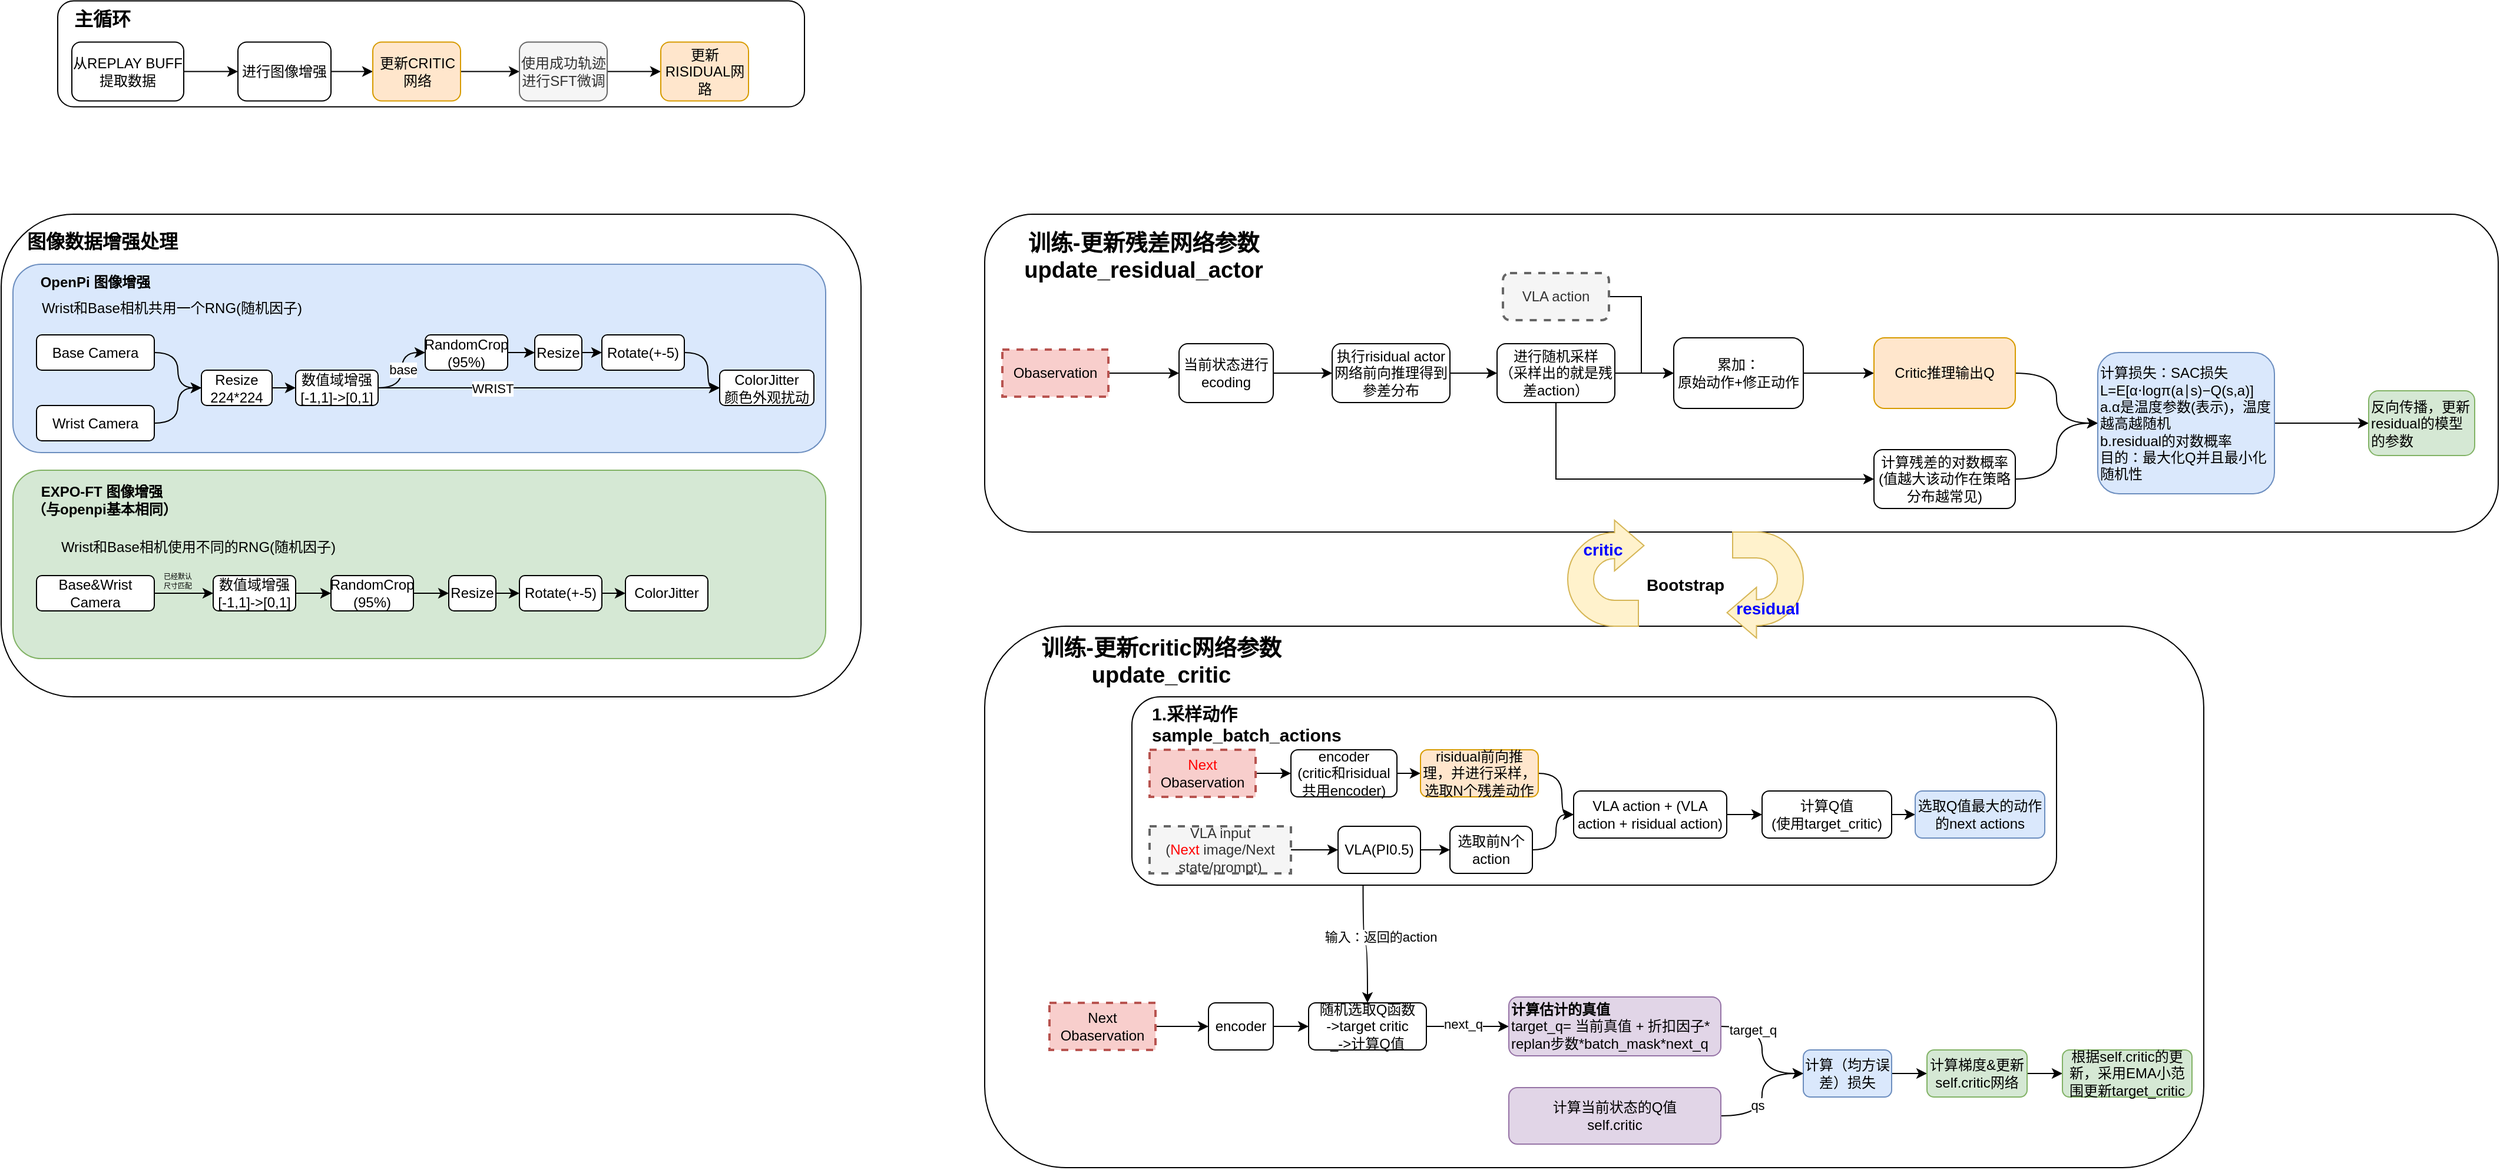
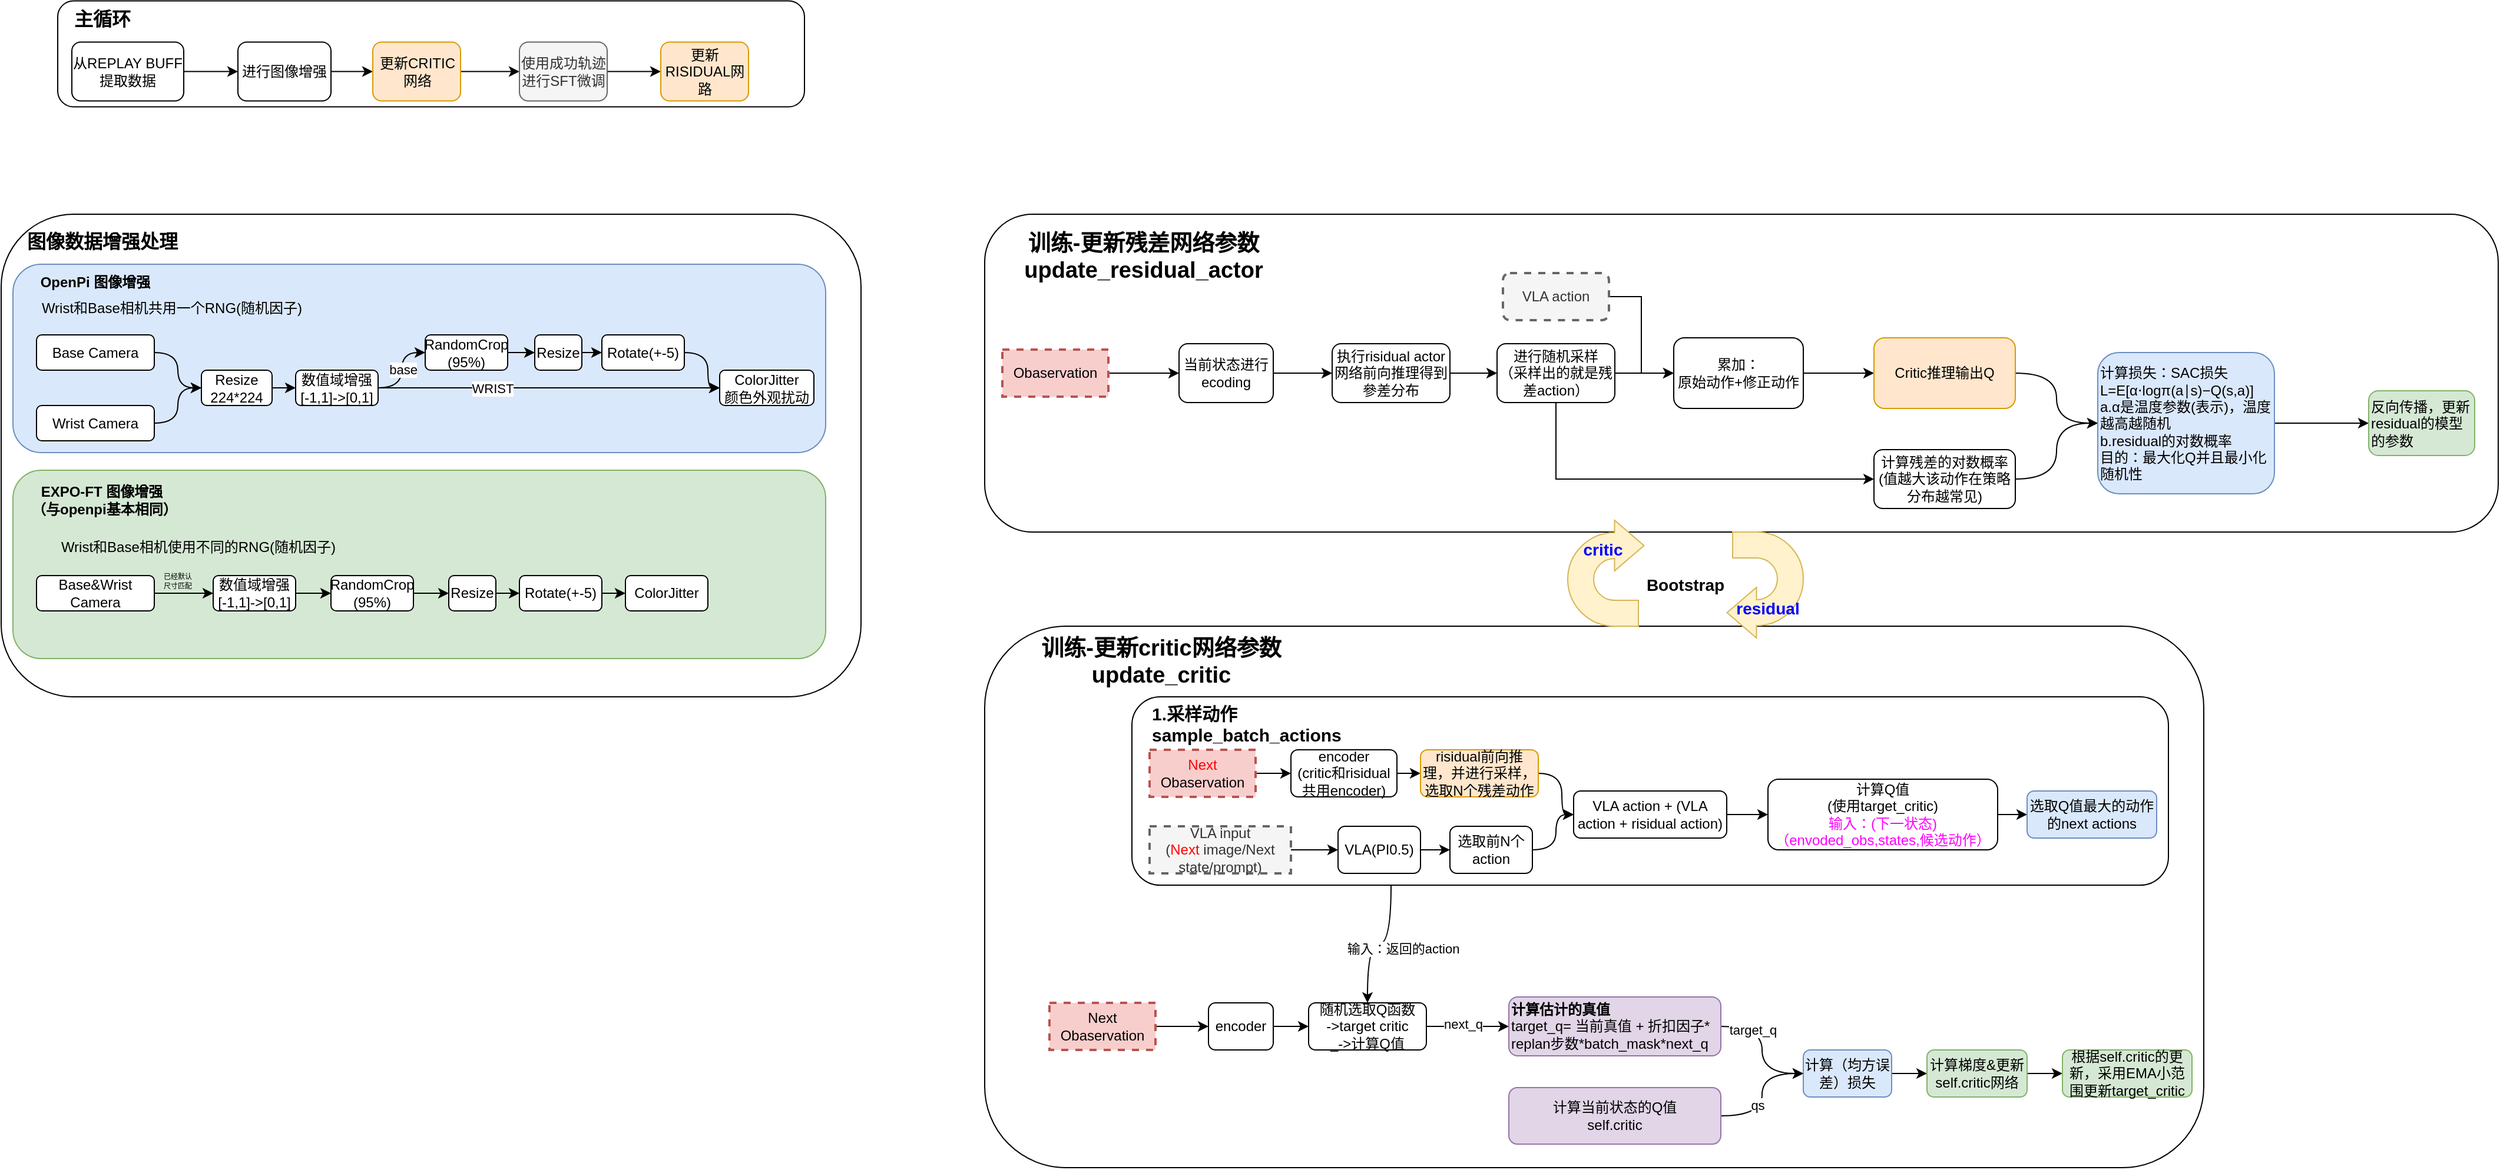
<mxfile host="app.diagrams.net">
  <diagram name="第 1 页" id="Xl2nalXjscSPXPMrPieM">
-     <mxGraphModel dx="2173" dy="1052" grid="1" gridSize="10" guides="1" tooltips="1" connect="1" arrows="1" fold="1" page="1" pageScale="1" pageWidth="827" pageHeight="1169" math="0" shadow="0">
+     <mxGraphModel dx="2328" dy="1052" grid="1" gridSize="10" guides="1" tooltips="1" connect="1" arrows="1" fold="1" page="1" pageScale="1" pageWidth="827" pageHeight="1169" math="0" shadow="0">
      <root>
        <mxCell id="0" />
        <mxCell id="1" parent="0" />
        <mxCell id="5m5IZYSdE89hOnIhnB_D-146" parent="1" style="rounded=1;whiteSpace=wrap;html=1;" value="" vertex="1">
          <mxGeometry height="90" width="634" x="-842" y="8.75" as="geometry" />
        </mxCell>
        <mxCell id="5m5IZYSdE89hOnIhnB_D-129" parent="1" style="rounded=1;whiteSpace=wrap;html=1;" value="" vertex="1">
          <mxGeometry height="410" width="730" x="-890" y="190" as="geometry" />
        </mxCell>
        <mxCell id="5m5IZYSdE89hOnIhnB_D-127" parent="1" style="rounded=1;whiteSpace=wrap;html=1;fillColor=#d5e8d4;strokeColor=#82b366;" value="" vertex="1">
          <mxGeometry height="160" width="690" x="-880" y="407.5" as="geometry" />
        </mxCell>
        <mxCell id="5m5IZYSdE89hOnIhnB_D-126" parent="1" style="rounded=1;whiteSpace=wrap;html=1;fillColor=#dae8fc;strokeColor=#6c8ebf;" value="" vertex="1">
          <mxGeometry height="160" width="690" x="-880" y="232.5" as="geometry" />
        </mxCell>
        <mxCell id="5m5IZYSdE89hOnIhnB_D-75" parent="1" style="rounded=1;whiteSpace=wrap;html=1;" value="" vertex="1">
          <mxGeometry height="460" width="1035" x="-55" y="540" as="geometry" />
        </mxCell>
        <mxCell id="5m5IZYSdE89hOnIhnB_D-59" edge="1" parent="1" source="5m5IZYSdE89hOnIhnB_D-50" style="edgeStyle=orthogonalEdgeStyle;curved=1;rounded=0;orthogonalLoop=1;jettySize=auto;html=1;exitX=0.25;exitY=1;exitDx=0;exitDy=0;entryX=0.5;entryY=0;entryDx=0;entryDy=0;" target="5m5IZYSdE89hOnIhnB_D-56">
          <mxGeometry relative="1" as="geometry" />
        </mxCell>
        <mxCell id="5m5IZYSdE89hOnIhnB_D-60" connectable="0" parent="5m5IZYSdE89hOnIhnB_D-59" style="edgeLabel;html=1;align=center;verticalAlign=middle;resizable=0;points=[];" value="输入：返回的action" vertex="1">
          <mxGeometry relative="1" x="-0.1644" y="4" as="geometry">
            <mxPoint x="10" as="offset" />
          </mxGeometry>
        </mxCell>
        <mxCell id="5m5IZYSdE89hOnIhnB_D-22" parent="1" style="rounded=1;whiteSpace=wrap;html=1;" value="" vertex="1">
          <mxGeometry height="270" width="1285" x="-55" y="190" as="geometry" />
        </mxCell>
        <mxCell id="5m5IZYSdE89hOnIhnB_D-3" edge="1" parent="1" source="5m5IZYSdE89hOnIhnB_D-1" style="edgeStyle=orthogonalEdgeStyle;rounded=0;orthogonalLoop=1;jettySize=auto;html=1;" target="5m5IZYSdE89hOnIhnB_D-2" value="">
          <mxGeometry relative="1" as="geometry" />
        </mxCell>
        <mxCell id="5m5IZYSdE89hOnIhnB_D-1" parent="1" style="rounded=1;whiteSpace=wrap;html=1;" value="当前状态进行ecoding" vertex="1">
          <mxGeometry height="50" width="80" x="110" y="300" as="geometry" />
        </mxCell>
        <mxCell id="5m5IZYSdE89hOnIhnB_D-5" edge="1" parent="1" source="5m5IZYSdE89hOnIhnB_D-2" style="edgeStyle=orthogonalEdgeStyle;rounded=0;orthogonalLoop=1;jettySize=auto;html=1;" target="5m5IZYSdE89hOnIhnB_D-4" value="">
          <mxGeometry relative="1" as="geometry" />
        </mxCell>
        <mxCell id="5m5IZYSdE89hOnIhnB_D-2" parent="1" style="rounded=1;whiteSpace=wrap;html=1;" value="执行risidual actor网络前向推理得到參差分布" vertex="1">
          <mxGeometry height="50" width="100" x="240" y="300" as="geometry" />
        </mxCell>
        <mxCell id="5m5IZYSdE89hOnIhnB_D-7" edge="1" parent="1" source="5m5IZYSdE89hOnIhnB_D-4" style="edgeStyle=orthogonalEdgeStyle;rounded=0;orthogonalLoop=1;jettySize=auto;html=1;exitX=0.5;exitY=1;exitDx=0;exitDy=0;entryX=0;entryY=0.5;entryDx=0;entryDy=0;" target="5m5IZYSdE89hOnIhnB_D-6" value="">
          <mxGeometry relative="1" as="geometry" />
        </mxCell>
        <mxCell id="5m5IZYSdE89hOnIhnB_D-14" edge="1" parent="1" source="5m5IZYSdE89hOnIhnB_D-4" style="edgeStyle=orthogonalEdgeStyle;rounded=0;orthogonalLoop=1;jettySize=auto;html=1;exitX=1;exitY=0.5;exitDx=0;exitDy=0;entryX=0;entryY=0.5;entryDx=0;entryDy=0;" target="5m5IZYSdE89hOnIhnB_D-12">
          <mxGeometry relative="1" as="geometry" />
        </mxCell>
        <mxCell id="5m5IZYSdE89hOnIhnB_D-4" parent="1" style="rounded=1;whiteSpace=wrap;html=1;" value="进行随机采样&lt;br&gt;（采样出的就是残差action）" vertex="1">
          <mxGeometry height="50" width="100" x="380" y="300" as="geometry" />
        </mxCell>
        <mxCell id="5m5IZYSdE89hOnIhnB_D-19" edge="1" parent="1" source="5m5IZYSdE89hOnIhnB_D-6" style="edgeStyle=orthogonalEdgeStyle;rounded=0;orthogonalLoop=1;jettySize=auto;html=1;exitX=1;exitY=0.5;exitDx=0;exitDy=0;entryX=0;entryY=0.5;entryDx=0;entryDy=0;curved=1;" target="5m5IZYSdE89hOnIhnB_D-17">
          <mxGeometry relative="1" as="geometry" />
        </mxCell>
        <mxCell id="5m5IZYSdE89hOnIhnB_D-6" parent="1" style="rounded=1;whiteSpace=wrap;html=1;" value="计算残差的对数概率&lt;br&gt;(值越大该动作在策略分布越常见)" vertex="1">
          <mxGeometry height="50" width="120" x="700" y="390" as="geometry" />
        </mxCell>
        <mxCell id="5m5IZYSdE89hOnIhnB_D-9" edge="1" parent="1" source="5m5IZYSdE89hOnIhnB_D-8" style="edgeStyle=orthogonalEdgeStyle;rounded=0;orthogonalLoop=1;jettySize=auto;html=1;exitX=1;exitY=0.5;exitDx=0;exitDy=0;entryX=0;entryY=0.5;entryDx=0;entryDy=0;" target="5m5IZYSdE89hOnIhnB_D-1">
          <mxGeometry relative="1" as="geometry" />
        </mxCell>
        <mxCell id="5m5IZYSdE89hOnIhnB_D-8" parent="1" style="rounded=0;whiteSpace=wrap;html=1;fillColor=#f8cecc;strokeColor=#b85450;dashed=1;strokeWidth=2;" value="Obaservation" vertex="1">
          <mxGeometry height="40" width="90" x="-40" y="305" as="geometry" />
        </mxCell>
        <mxCell id="5m5IZYSdE89hOnIhnB_D-13" edge="1" parent="1" source="5m5IZYSdE89hOnIhnB_D-10" style="edgeStyle=orthogonalEdgeStyle;rounded=0;orthogonalLoop=1;jettySize=auto;html=1;exitX=1;exitY=0.5;exitDx=0;exitDy=0;entryX=0;entryY=0.5;entryDx=0;entryDy=0;" target="5m5IZYSdE89hOnIhnB_D-12">
          <mxGeometry relative="1" as="geometry" />
        </mxCell>
        <mxCell id="5m5IZYSdE89hOnIhnB_D-10" parent="1" style="rounded=1;whiteSpace=wrap;html=1;fillColor=#f5f5f5;fontColor=#333333;strokeColor=#666666;dashed=1;strokeWidth=2;" value="VLA action" vertex="1">
          <mxGeometry height="40" width="90" x="385" y="240" as="geometry" />
        </mxCell>
        <mxCell id="5m5IZYSdE89hOnIhnB_D-16" edge="1" parent="1" source="5m5IZYSdE89hOnIhnB_D-12" style="edgeStyle=orthogonalEdgeStyle;rounded=0;orthogonalLoop=1;jettySize=auto;html=1;exitX=1;exitY=0.5;exitDx=0;exitDy=0;entryX=0;entryY=0.5;entryDx=0;entryDy=0;" target="5m5IZYSdE89hOnIhnB_D-15">
          <mxGeometry relative="1" as="geometry" />
        </mxCell>
        <mxCell id="5m5IZYSdE89hOnIhnB_D-12" parent="1" style="rounded=1;whiteSpace=wrap;html=1;" value="累加：&lt;br&gt;原始动作+修正动作" vertex="1">
          <mxGeometry height="60" width="110" x="530" y="295" as="geometry" />
        </mxCell>
        <mxCell id="5m5IZYSdE89hOnIhnB_D-18" edge="1" parent="1" source="5m5IZYSdE89hOnIhnB_D-15" style="edgeStyle=orthogonalEdgeStyle;rounded=0;orthogonalLoop=1;jettySize=auto;html=1;exitX=1;exitY=0.5;exitDx=0;exitDy=0;entryX=0;entryY=0.5;entryDx=0;entryDy=0;curved=1;" target="5m5IZYSdE89hOnIhnB_D-17">
          <mxGeometry relative="1" as="geometry" />
        </mxCell>
        <mxCell id="5m5IZYSdE89hOnIhnB_D-15" parent="1" style="rounded=1;whiteSpace=wrap;html=1;fillColor=#ffe6cc;strokeColor=#d79b00;" value="Critic推理输出Q" vertex="1">
          <mxGeometry height="60" width="120" x="700" y="295" as="geometry" />
        </mxCell>
        <mxCell id="5m5IZYSdE89hOnIhnB_D-21" edge="1" parent="1" source="5m5IZYSdE89hOnIhnB_D-17" style="edgeStyle=orthogonalEdgeStyle;curved=1;rounded=0;orthogonalLoop=1;jettySize=auto;html=1;" target="5m5IZYSdE89hOnIhnB_D-20" value="">
          <mxGeometry relative="1" as="geometry" />
        </mxCell>
        <mxCell id="5m5IZYSdE89hOnIhnB_D-17" parent="1" style="rounded=1;whiteSpace=wrap;html=1;align=left;fillColor=#dae8fc;strokeColor=#6c8ebf;" value="计算损失：SAC损失&lt;br&gt;L=E[α⋅logπ(a∣s)−Q(s,a)]&lt;div&gt;a.α是温度参数(表示)，温度越高越随机&lt;br&gt;b.residual的对数概率&lt;br&gt;目的：最大化Q并且最小化随机性&lt;/div&gt;" vertex="1">
          <mxGeometry height="120" width="150" x="890" y="307.5" as="geometry" />
        </mxCell>
        <mxCell id="5m5IZYSdE89hOnIhnB_D-20" parent="1" style="rounded=1;whiteSpace=wrap;html=1;align=left;fillColor=#d5e8d4;strokeColor=#82b366;" value="反向传播，更新residual的模型的参数" vertex="1">
          <mxGeometry height="55" width="90" x="1120" y="340" as="geometry" />
        </mxCell>
        <mxCell id="5m5IZYSdE89hOnIhnB_D-23" parent="1" style="text;html=1;whiteSpace=wrap;strokeColor=none;fillColor=none;align=center;verticalAlign=middle;rounded=0;fontStyle=1;fontSize=19;" value="&lt;br&gt;训练-更新残差网络参数update_residual_actor" vertex="1">
          <mxGeometry height="30" width="220" x="-30" y="200" as="geometry" />
        </mxCell>
        <mxCell id="5m5IZYSdE89hOnIhnB_D-55" edge="1" parent="1" source="5m5IZYSdE89hOnIhnB_D-53" style="edgeStyle=orthogonalEdgeStyle;curved=1;rounded=0;orthogonalLoop=1;jettySize=auto;html=1;exitX=1;exitY=0.5;exitDx=0;exitDy=0;entryX=0;entryY=0.5;entryDx=0;entryDy=0;" target="5m5IZYSdE89hOnIhnB_D-54">
          <mxGeometry relative="1" as="geometry" />
        </mxCell>
        <mxCell id="5m5IZYSdE89hOnIhnB_D-53" parent="1" style="rounded=0;whiteSpace=wrap;html=1;fillColor=#f8cecc;strokeColor=#b85450;dashed=1;strokeWidth=2;" value="Next&lt;br&gt;Obaservation" vertex="1">
          <mxGeometry height="40" width="90" y="860" as="geometry" />
        </mxCell>
        <mxCell id="5m5IZYSdE89hOnIhnB_D-57" edge="1" parent="1" source="5m5IZYSdE89hOnIhnB_D-54" style="edgeStyle=orthogonalEdgeStyle;curved=1;rounded=0;orthogonalLoop=1;jettySize=auto;html=1;" target="5m5IZYSdE89hOnIhnB_D-56" value="">
          <mxGeometry relative="1" as="geometry" />
        </mxCell>
        <mxCell id="5m5IZYSdE89hOnIhnB_D-54" parent="1" style="rounded=1;whiteSpace=wrap;html=1;strokeWidth=1;" value="encoder" vertex="1">
          <mxGeometry height="40" width="55" x="135" y="860" as="geometry" />
        </mxCell>
        <mxCell id="5m5IZYSdE89hOnIhnB_D-64" edge="1" parent="1" source="5m5IZYSdE89hOnIhnB_D-56" style="edgeStyle=orthogonalEdgeStyle;curved=1;rounded=0;orthogonalLoop=1;jettySize=auto;html=1;" target="5m5IZYSdE89hOnIhnB_D-63" value="">
          <mxGeometry relative="1" as="geometry" />
        </mxCell>
        <mxCell id="5m5IZYSdE89hOnIhnB_D-65" connectable="0" parent="5m5IZYSdE89hOnIhnB_D-64" style="edgeLabel;html=1;align=center;verticalAlign=middle;resizable=0;points=[];" value="next_q" vertex="1">
          <mxGeometry relative="1" x="-0.1202" y="2" as="geometry">
            <mxPoint as="offset" />
          </mxGeometry>
        </mxCell>
        <mxCell id="5m5IZYSdE89hOnIhnB_D-56" parent="1" style="rounded=1;whiteSpace=wrap;html=1;strokeWidth=1;" value="随机选取Q函数&lt;br&gt;-&amp;gt;target critic&lt;div&gt;_-&amp;gt;计算Q值&lt;/div&gt;" vertex="1">
          <mxGeometry height="40" width="100" x="220" y="860" as="geometry" />
        </mxCell>
        <mxCell id="5m5IZYSdE89hOnIhnB_D-67" edge="1" parent="1" source="5m5IZYSdE89hOnIhnB_D-63" style="edgeStyle=orthogonalEdgeStyle;curved=1;rounded=0;orthogonalLoop=1;jettySize=auto;html=1;" target="5m5IZYSdE89hOnIhnB_D-66" value="">
          <mxGeometry relative="1" as="geometry" />
        </mxCell>
        <mxCell id="5m5IZYSdE89hOnIhnB_D-70" connectable="0" parent="5m5IZYSdE89hOnIhnB_D-67" style="edgeLabel;html=1;align=center;verticalAlign=middle;resizable=0;points=[];" value="target_q" vertex="1">
          <mxGeometry relative="1" x="-0.5152" y="-3" as="geometry">
            <mxPoint as="offset" />
          </mxGeometry>
        </mxCell>
        <mxCell id="5m5IZYSdE89hOnIhnB_D-63" parent="1" style="rounded=1;whiteSpace=wrap;html=1;strokeWidth=1;align=left;fillColor=#e1d5e7;strokeColor=#9673a6;" value="&lt;b&gt;计算估计的真值&lt;/b&gt;&lt;br&gt;target_q= 当前真值 + 折扣因子* replan步数*batch_mask*next_q" vertex="1">
          <mxGeometry height="50" width="180" x="390" y="855" as="geometry" />
        </mxCell>
        <mxCell id="5m5IZYSdE89hOnIhnB_D-74" edge="1" parent="1" source="5m5IZYSdE89hOnIhnB_D-66" style="edgeStyle=orthogonalEdgeStyle;curved=1;rounded=0;orthogonalLoop=1;jettySize=auto;html=1;" target="5m5IZYSdE89hOnIhnB_D-73" value="">
          <mxGeometry relative="1" as="geometry" />
        </mxCell>
        <mxCell id="5m5IZYSdE89hOnIhnB_D-66" parent="1" style="whiteSpace=wrap;html=1;align=center;rounded=1;strokeWidth=1;fillColor=#dae8fc;strokeColor=#6c8ebf;" value="计算（均方误差）损失" vertex="1">
          <mxGeometry height="40" width="75" x="640" y="900" as="geometry" />
        </mxCell>
        <mxCell id="5m5IZYSdE89hOnIhnB_D-69" edge="1" parent="1" source="5m5IZYSdE89hOnIhnB_D-68" style="edgeStyle=orthogonalEdgeStyle;curved=1;rounded=0;orthogonalLoop=1;jettySize=auto;html=1;exitX=1;exitY=0.5;exitDx=0;exitDy=0;entryX=0;entryY=0.5;entryDx=0;entryDy=0;" target="5m5IZYSdE89hOnIhnB_D-66">
          <mxGeometry relative="1" as="geometry" />
        </mxCell>
        <mxCell id="5m5IZYSdE89hOnIhnB_D-72" connectable="0" parent="5m5IZYSdE89hOnIhnB_D-69" style="edgeLabel;html=1;align=center;verticalAlign=middle;resizable=0;points=[];" value="qs" vertex="1">
          <mxGeometry relative="1" x="-0.1592" y="4" as="geometry">
            <mxPoint as="offset" />
          </mxGeometry>
        </mxCell>
        <mxCell id="5m5IZYSdE89hOnIhnB_D-68" parent="1" style="rounded=1;whiteSpace=wrap;html=1;strokeWidth=1;fillColor=#e1d5e7;strokeColor=#9673a6;" value="计算当前状态的Q值&lt;br&gt;self.critic" vertex="1">
          <mxGeometry height="48" width="180" x="390" y="932" as="geometry" />
        </mxCell>
        <mxCell id="5m5IZYSdE89hOnIhnB_D-78" edge="1" parent="1" source="5m5IZYSdE89hOnIhnB_D-73" style="edgeStyle=orthogonalEdgeStyle;curved=1;rounded=0;orthogonalLoop=1;jettySize=auto;html=1;" target="5m5IZYSdE89hOnIhnB_D-77" value="">
          <mxGeometry relative="1" as="geometry" />
        </mxCell>
        <mxCell id="5m5IZYSdE89hOnIhnB_D-73" parent="1" style="whiteSpace=wrap;html=1;align=center;rounded=1;strokeWidth=1;fillColor=#d5e8d4;strokeColor=#82b366;" value="计算梯度&amp;amp;更新self.critic网络" vertex="1">
          <mxGeometry height="40" width="85" x="745" y="900" as="geometry" />
        </mxCell>
        <mxCell id="5m5IZYSdE89hOnIhnB_D-76" parent="1" style="text;html=1;whiteSpace=wrap;strokeColor=none;fillColor=none;align=center;verticalAlign=middle;rounded=0;fontStyle=1;fontSize=19;" value="训练-更新critic网络参数&lt;br&gt;update_critic" vertex="1">
          <mxGeometry height="40" width="220" x="-15" y="550" as="geometry" />
        </mxCell>
        <mxCell id="5m5IZYSdE89hOnIhnB_D-77" parent="1" style="whiteSpace=wrap;html=1;align=center;rounded=1;strokeWidth=1;fillColor=#d5e8d4;strokeColor=#82b366;" value="根据self.critic的更新，采用EMA小范围更新target_critic" vertex="1">
          <mxGeometry height="40" width="110" x="860" y="900" as="geometry" />
        </mxCell>
        <mxCell id="5m5IZYSdE89hOnIhnB_D-79" connectable="0" parent="1" style="group" value="" vertex="1">
-           <mxGeometry height="160" width="785" x="70" y="600" as="geometry" />
+           <mxGeometry height="160" width="880" x="70" y="600" as="geometry" />
        </mxCell>
        <mxCell id="5m5IZYSdE89hOnIhnB_D-50" parent="5m5IZYSdE89hOnIhnB_D-79" style="rounded=1;whiteSpace=wrap;html=1;" value="" vertex="1">
-           <mxGeometry height="160" width="785" as="geometry" />
+           <mxGeometry height="160" width="880" as="geometry" />
        </mxCell>
        <mxCell id="5m5IZYSdE89hOnIhnB_D-39" edge="1" parent="5m5IZYSdE89hOnIhnB_D-79" source="5m5IZYSdE89hOnIhnB_D-32" style="edgeStyle=orthogonalEdgeStyle;curved=1;rounded=0;orthogonalLoop=1;jettySize=auto;html=1;exitX=1;exitY=0.5;exitDx=0;exitDy=0;entryX=0;entryY=0.5;entryDx=0;entryDy=0;" target="5m5IZYSdE89hOnIhnB_D-38">
          <mxGeometry relative="1" as="geometry" />
        </mxCell>
        <mxCell id="5m5IZYSdE89hOnIhnB_D-32" parent="5m5IZYSdE89hOnIhnB_D-79" style="rounded=0;whiteSpace=wrap;html=1;fillColor=#f8cecc;strokeColor=#b85450;dashed=1;strokeWidth=2;" value="&lt;span style=&quot;color: rgb(255, 0, 0);&quot;&gt;Next&lt;/span&gt;&lt;br&gt;Obaservation" vertex="1">
          <mxGeometry height="40" width="90" x="15" y="45" as="geometry" />
        </mxCell>
        <mxCell id="5m5IZYSdE89hOnIhnB_D-35" edge="1" parent="5m5IZYSdE89hOnIhnB_D-79" source="5m5IZYSdE89hOnIhnB_D-33" style="edgeStyle=orthogonalEdgeStyle;curved=1;rounded=0;orthogonalLoop=1;jettySize=auto;html=1;" target="5m5IZYSdE89hOnIhnB_D-34" value="">
          <mxGeometry relative="1" as="geometry" />
        </mxCell>
        <mxCell id="5m5IZYSdE89hOnIhnB_D-33" parent="5m5IZYSdE89hOnIhnB_D-79" style="rounded=0;whiteSpace=wrap;html=1;fillColor=#f5f5f5;fontColor=#333333;strokeColor=#666666;dashed=1;strokeWidth=2;" value="VLA input&lt;br&gt;(&lt;span style=&quot;color: rgb(255, 0, 0);&quot;&gt;Next&lt;/span&gt; image/Next state/prompt)" vertex="1">
          <mxGeometry height="40" width="120" x="15" y="110" as="geometry" />
        </mxCell>
        <mxCell id="5m5IZYSdE89hOnIhnB_D-37" edge="1" parent="5m5IZYSdE89hOnIhnB_D-79" source="5m5IZYSdE89hOnIhnB_D-34" style="edgeStyle=orthogonalEdgeStyle;curved=1;rounded=0;orthogonalLoop=1;jettySize=auto;html=1;" target="5m5IZYSdE89hOnIhnB_D-36" value="">
          <mxGeometry relative="1" as="geometry" />
        </mxCell>
        <mxCell id="5m5IZYSdE89hOnIhnB_D-34" parent="5m5IZYSdE89hOnIhnB_D-79" style="rounded=1;whiteSpace=wrap;html=1;strokeWidth=1;" value="VLA(PI0.5)" vertex="1">
          <mxGeometry height="40" width="70" x="175" y="110" as="geometry" />
        </mxCell>
        <mxCell id="5m5IZYSdE89hOnIhnB_D-44" edge="1" parent="5m5IZYSdE89hOnIhnB_D-79" source="5m5IZYSdE89hOnIhnB_D-36" style="edgeStyle=orthogonalEdgeStyle;curved=1;rounded=0;orthogonalLoop=1;jettySize=auto;html=1;exitX=1;exitY=0.5;exitDx=0;exitDy=0;entryX=0;entryY=0.5;entryDx=0;entryDy=0;" target="5m5IZYSdE89hOnIhnB_D-43">
          <mxGeometry relative="1" as="geometry" />
        </mxCell>
        <mxCell id="5m5IZYSdE89hOnIhnB_D-36" parent="5m5IZYSdE89hOnIhnB_D-79" style="rounded=1;whiteSpace=wrap;html=1;strokeWidth=1;" value="选取前N个action" vertex="1">
          <mxGeometry height="40" width="70" x="270" y="110" as="geometry" />
        </mxCell>
        <mxCell id="5m5IZYSdE89hOnIhnB_D-41" edge="1" parent="5m5IZYSdE89hOnIhnB_D-79" source="5m5IZYSdE89hOnIhnB_D-38" style="edgeStyle=orthogonalEdgeStyle;curved=1;rounded=0;orthogonalLoop=1;jettySize=auto;html=1;" target="5m5IZYSdE89hOnIhnB_D-40" value="">
          <mxGeometry relative="1" as="geometry" />
        </mxCell>
        <mxCell id="5m5IZYSdE89hOnIhnB_D-38" parent="5m5IZYSdE89hOnIhnB_D-79" style="rounded=1;whiteSpace=wrap;html=1;strokeWidth=1;" value="encoder&lt;div&gt;(critic和risidual共用encoder)&lt;/div&gt;" vertex="1">
          <mxGeometry height="40" width="90" x="135" y="45" as="geometry" />
        </mxCell>
        <mxCell id="5m5IZYSdE89hOnIhnB_D-45" edge="1" parent="5m5IZYSdE89hOnIhnB_D-79" source="5m5IZYSdE89hOnIhnB_D-40" style="edgeStyle=orthogonalEdgeStyle;curved=1;rounded=0;orthogonalLoop=1;jettySize=auto;html=1;exitX=1;exitY=0.5;exitDx=0;exitDy=0;entryX=0;entryY=0.5;entryDx=0;entryDy=0;" target="5m5IZYSdE89hOnIhnB_D-43">
          <mxGeometry relative="1" as="geometry" />
        </mxCell>
        <mxCell id="5m5IZYSdE89hOnIhnB_D-40" parent="5m5IZYSdE89hOnIhnB_D-79" style="rounded=1;whiteSpace=wrap;html=1;strokeWidth=1;fillColor=#ffe6cc;strokeColor=#d79b00;" value="risidual前向推理，并进行采样，选取N个残差动作" vertex="1">
          <mxGeometry height="40" width="100" x="245" y="45" as="geometry" />
        </mxCell>
        <mxCell id="5m5IZYSdE89hOnIhnB_D-47" edge="1" parent="5m5IZYSdE89hOnIhnB_D-79" source="5m5IZYSdE89hOnIhnB_D-43" style="edgeStyle=orthogonalEdgeStyle;curved=1;rounded=0;orthogonalLoop=1;jettySize=auto;html=1;exitX=1;exitY=0.5;exitDx=0;exitDy=0;entryX=0;entryY=0.5;entryDx=0;entryDy=0;" target="5m5IZYSdE89hOnIhnB_D-46">
          <mxGeometry relative="1" as="geometry" />
        </mxCell>
        <mxCell id="5m5IZYSdE89hOnIhnB_D-43" parent="5m5IZYSdE89hOnIhnB_D-79" style="rounded=1;whiteSpace=wrap;html=1;strokeWidth=1;" value="VLA action + (VLA action + risidual action)" vertex="1">
          <mxGeometry height="40" width="130" x="375" y="80" as="geometry" />
        </mxCell>
        <mxCell id="5m5IZYSdE89hOnIhnB_D-49" edge="1" parent="5m5IZYSdE89hOnIhnB_D-79" source="5m5IZYSdE89hOnIhnB_D-46" style="edgeStyle=orthogonalEdgeStyle;curved=1;rounded=0;orthogonalLoop=1;jettySize=auto;html=1;" target="5m5IZYSdE89hOnIhnB_D-48" value="">
          <mxGeometry relative="1" as="geometry" />
        </mxCell>
-         <mxCell id="5m5IZYSdE89hOnIhnB_D-46" parent="5m5IZYSdE89hOnIhnB_D-79" style="rounded=1;whiteSpace=wrap;html=1;strokeWidth=1;" value="计算Q值&lt;br&gt;(使用target_critic)" vertex="1">
-           <mxGeometry height="40" width="110" x="535" y="80" as="geometry" />
+         <mxCell id="5m5IZYSdE89hOnIhnB_D-46" parent="5m5IZYSdE89hOnIhnB_D-79" style="rounded=1;whiteSpace=wrap;html=1;strokeWidth=1;" value="计算Q值&lt;br&gt;(使用target_critic)&lt;br&gt;&lt;span style=&quot;color: rgb(255, 0, 255);&quot;&gt;输入：(下一状态)&lt;br&gt;（envoded_obs,states,候选动作）&lt;/span&gt;" vertex="1">
+           <mxGeometry height="60" width="195" x="540" y="70" as="geometry" />
        </mxCell>
        <mxCell id="5m5IZYSdE89hOnIhnB_D-48" parent="5m5IZYSdE89hOnIhnB_D-79" style="rounded=1;whiteSpace=wrap;html=1;strokeWidth=1;fillColor=#dae8fc;strokeColor=#6c8ebf;" value="选取Q值最大的动作&lt;br&gt;的next actions" vertex="1">
-           <mxGeometry height="40" width="110" x="665" y="80" as="geometry" />
+           <mxGeometry height="40" width="110" x="760" y="80" as="geometry" />
        </mxCell>
        <mxCell id="5m5IZYSdE89hOnIhnB_D-51" parent="5m5IZYSdE89hOnIhnB_D-79" style="text;html=1;whiteSpace=wrap;strokeColor=none;fillColor=none;align=left;verticalAlign=middle;rounded=0;fontStyle=1;fontSize=15;" value="1.采样动作&lt;br&gt;sample_batch_actions" vertex="1">
          <mxGeometry height="30" width="220" x="15" y="8" as="geometry" />
        </mxCell>
        <mxCell id="5m5IZYSdE89hOnIhnB_D-82" parent="1" style="html=1;shadow=0;dashed=0;align=center;verticalAlign=middle;shape=mxgraph.arrows2.uTurnArrow;dy=11;arrowHead=43;dx2=25;fillColor=#fff2cc;strokeColor=#d6b656;" value="" vertex="1">
          <mxGeometry height="90" width="60" x="440" y="450" as="geometry" />
        </mxCell>
        <mxCell id="5m5IZYSdE89hOnIhnB_D-83" parent="1" style="html=1;shadow=0;dashed=0;align=center;verticalAlign=middle;shape=mxgraph.arrows2.uTurnArrow;dy=11;arrowHead=43;dx2=25;rotation=-180;fillColor=#fff2cc;strokeColor=#d6b656;" value="&amp;nbsp; " vertex="1">
          <mxGeometry height="90" width="60" x="580" y="460" as="geometry" />
        </mxCell>
        <mxCell id="5m5IZYSdE89hOnIhnB_D-84" parent="1" style="text;html=1;whiteSpace=wrap;strokeColor=none;fillColor=none;align=center;verticalAlign=middle;rounded=0;fontStyle=1;fontSize=14;" value="Bootstrap" vertex="1">
          <mxGeometry height="30" width="60" x="510" y="490" as="geometry" />
        </mxCell>
        <mxCell id="5m5IZYSdE89hOnIhnB_D-85" parent="1" style="text;html=1;whiteSpace=wrap;strokeColor=none;fillColor=none;align=center;verticalAlign=middle;rounded=0;fontStyle=1;fontColor=#0000FF;fontSize=14;" value="critic" vertex="1">
          <mxGeometry height="30" width="60" x="440" y="460" as="geometry" />
        </mxCell>
        <mxCell id="5m5IZYSdE89hOnIhnB_D-86" parent="1" style="text;html=1;whiteSpace=wrap;strokeColor=none;fillColor=none;align=center;verticalAlign=middle;rounded=0;fontStyle=1;fontColor=#0000FF;fontSize=14;" value="residual" vertex="1">
          <mxGeometry height="30" width="60" x="580" y="510" as="geometry" />
        </mxCell>
        <mxCell id="5m5IZYSdE89hOnIhnB_D-99" edge="1" parent="1" source="5m5IZYSdE89hOnIhnB_D-87" style="edgeStyle=orthogonalEdgeStyle;curved=1;rounded=0;orthogonalLoop=1;jettySize=auto;html=1;exitX=1;exitY=0.5;exitDx=0;exitDy=0;entryX=0;entryY=0.5;entryDx=0;entryDy=0;" target="5m5IZYSdE89hOnIhnB_D-89">
          <mxGeometry relative="1" as="geometry" />
        </mxCell>
        <mxCell id="5m5IZYSdE89hOnIhnB_D-87" parent="1" style="rounded=1;whiteSpace=wrap;html=1;" value="Base Camera" vertex="1">
          <mxGeometry height="30" width="100" x="-860" y="292.5" as="geometry" />
        </mxCell>
        <mxCell id="5m5IZYSdE89hOnIhnB_D-98" edge="1" parent="1" source="5m5IZYSdE89hOnIhnB_D-88" style="edgeStyle=orthogonalEdgeStyle;curved=1;rounded=0;orthogonalLoop=1;jettySize=auto;html=1;exitX=1;exitY=0.5;exitDx=0;exitDy=0;entryX=0;entryY=0.5;entryDx=0;entryDy=0;" target="5m5IZYSdE89hOnIhnB_D-89">
          <mxGeometry relative="1" as="geometry" />
        </mxCell>
        <mxCell id="5m5IZYSdE89hOnIhnB_D-88" parent="1" style="rounded=1;whiteSpace=wrap;html=1;" value="Wrist Camera" vertex="1">
          <mxGeometry height="30" width="100" x="-860" y="352.5" as="geometry" />
        </mxCell>
        <mxCell id="5m5IZYSdE89hOnIhnB_D-108" edge="1" parent="1" source="5m5IZYSdE89hOnIhnB_D-89" style="edgeStyle=orthogonalEdgeStyle;curved=1;rounded=0;orthogonalLoop=1;jettySize=auto;html=1;" target="5m5IZYSdE89hOnIhnB_D-107" value="">
          <mxGeometry relative="1" as="geometry" />
        </mxCell>
        <mxCell id="5m5IZYSdE89hOnIhnB_D-89" parent="1" style="rounded=1;whiteSpace=wrap;html=1;" value="Resize&lt;div&gt;224*224&lt;/div&gt;" vertex="1">
          <mxGeometry height="30" width="60" x="-720" y="322.5" as="geometry" />
        </mxCell>
        <mxCell id="5m5IZYSdE89hOnIhnB_D-92" edge="1" parent="1" source="5m5IZYSdE89hOnIhnB_D-90" style="edgeStyle=orthogonalEdgeStyle;curved=1;rounded=0;orthogonalLoop=1;jettySize=auto;html=1;" target="5m5IZYSdE89hOnIhnB_D-91" value="">
          <mxGeometry relative="1" as="geometry" />
        </mxCell>
        <mxCell id="5m5IZYSdE89hOnIhnB_D-90" parent="1" style="rounded=1;whiteSpace=wrap;html=1;" value="RandomCrop&lt;br&gt;(95%)" vertex="1">
          <mxGeometry height="30" width="70" x="-530" y="292.5" as="geometry" />
        </mxCell>
        <mxCell id="5m5IZYSdE89hOnIhnB_D-94" edge="1" parent="1" source="5m5IZYSdE89hOnIhnB_D-91" style="edgeStyle=orthogonalEdgeStyle;curved=1;rounded=0;orthogonalLoop=1;jettySize=auto;html=1;" target="5m5IZYSdE89hOnIhnB_D-93" value="">
          <mxGeometry relative="1" as="geometry" />
        </mxCell>
        <mxCell id="5m5IZYSdE89hOnIhnB_D-91" parent="1" style="rounded=1;whiteSpace=wrap;html=1;" value="Resize" vertex="1">
          <mxGeometry height="30" width="40" x="-437" y="292.5" as="geometry" />
        </mxCell>
        <mxCell id="5m5IZYSdE89hOnIhnB_D-96" edge="1" parent="1" source="5m5IZYSdE89hOnIhnB_D-93" style="edgeStyle=orthogonalEdgeStyle;curved=1;rounded=0;orthogonalLoop=1;jettySize=auto;html=1;" target="5m5IZYSdE89hOnIhnB_D-95" value="">
          <mxGeometry relative="1" as="geometry" />
        </mxCell>
        <mxCell id="5m5IZYSdE89hOnIhnB_D-93" parent="1" style="rounded=1;whiteSpace=wrap;html=1;" value="Rotate(+-5)" vertex="1">
          <mxGeometry height="30" width="70" x="-380" y="292.5" as="geometry" />
        </mxCell>
        <mxCell id="5m5IZYSdE89hOnIhnB_D-95" parent="1" style="rounded=1;whiteSpace=wrap;html=1;" value="ColorJitter&lt;br&gt;颜色外观扰动" vertex="1">
          <mxGeometry height="30" width="80" x="-280" y="322.5" as="geometry" />
        </mxCell>
        <mxCell id="5m5IZYSdE89hOnIhnB_D-103" parent="1" style="text;html=1;whiteSpace=wrap;strokeColor=none;fillColor=none;align=center;verticalAlign=middle;rounded=0;" value="Wrist和Base相机共用一个RNG(随机因子)" vertex="1">
          <mxGeometry height="20" width="230" x="-860" y="260" as="geometry" />
        </mxCell>
        <mxCell id="5m5IZYSdE89hOnIhnB_D-105" parent="1" style="text;html=1;whiteSpace=wrap;strokeColor=none;fillColor=none;align=center;verticalAlign=middle;rounded=0;fontStyle=1" value="OpenPi 图像增强" vertex="1">
          <mxGeometry height="20" width="110" x="-865" y="237.5" as="geometry" />
        </mxCell>
        <mxCell id="5m5IZYSdE89hOnIhnB_D-106" parent="1" style="text;html=1;whiteSpace=wrap;strokeColor=none;fillColor=none;align=center;verticalAlign=middle;rounded=0;fontStyle=1" value="EXPO-FT 图像增强&lt;br&gt;（与openpi基本相同）" vertex="1">
          <mxGeometry height="20" width="121" x="-865" y="422.5" as="geometry" />
        </mxCell>
        <mxCell id="5m5IZYSdE89hOnIhnB_D-109" edge="1" parent="1" source="5m5IZYSdE89hOnIhnB_D-107" style="edgeStyle=orthogonalEdgeStyle;curved=1;rounded=0;orthogonalLoop=1;jettySize=auto;html=1;exitX=1;exitY=0.5;exitDx=0;exitDy=0;entryX=0;entryY=0.5;entryDx=0;entryDy=0;" target="5m5IZYSdE89hOnIhnB_D-90">
          <mxGeometry relative="1" as="geometry" />
        </mxCell>
        <mxCell id="5m5IZYSdE89hOnIhnB_D-110" connectable="0" parent="5m5IZYSdE89hOnIhnB_D-109" style="edgeLabel;html=1;align=center;verticalAlign=middle;resizable=0;points=[];" value="base" vertex="1">
          <mxGeometry relative="1" x="0.0335" y="-1" as="geometry">
            <mxPoint as="offset" />
          </mxGeometry>
        </mxCell>
        <mxCell id="5m5IZYSdE89hOnIhnB_D-133" edge="1" parent="1" source="5m5IZYSdE89hOnIhnB_D-107" style="edgeStyle=orthogonalEdgeStyle;curved=1;rounded=0;orthogonalLoop=1;jettySize=auto;html=1;exitX=1;exitY=0.5;exitDx=0;exitDy=0;entryX=0;entryY=0.5;entryDx=0;entryDy=0;" target="5m5IZYSdE89hOnIhnB_D-95">
          <mxGeometry relative="1" as="geometry" />
        </mxCell>
        <mxCell id="5m5IZYSdE89hOnIhnB_D-134" connectable="0" parent="5m5IZYSdE89hOnIhnB_D-133" style="edgeLabel;html=1;align=center;verticalAlign=middle;resizable=0;points=[];" value="WRIST" vertex="1">
          <mxGeometry relative="1" x="-0.3337" as="geometry">
            <mxPoint as="offset" />
          </mxGeometry>
        </mxCell>
        <mxCell id="5m5IZYSdE89hOnIhnB_D-107" parent="1" style="rounded=1;whiteSpace=wrap;html=1;" value="数值域增强&lt;br&gt;[-1,1]-&amp;gt;[0,1]" vertex="1">
          <mxGeometry height="30" width="70" x="-640" y="322.5" as="geometry" />
        </mxCell>
        <mxCell id="5m5IZYSdE89hOnIhnB_D-118" edge="1" parent="1" source="5m5IZYSdE89hOnIhnB_D-113" style="edgeStyle=orthogonalEdgeStyle;curved=1;rounded=0;orthogonalLoop=1;jettySize=auto;html=1;exitX=1;exitY=0.5;exitDx=0;exitDy=0;entryX=0;entryY=0.5;entryDx=0;entryDy=0;" target="5m5IZYSdE89hOnIhnB_D-114">
          <mxGeometry relative="1" as="geometry" />
        </mxCell>
        <mxCell id="5m5IZYSdE89hOnIhnB_D-113" parent="1" style="rounded=1;whiteSpace=wrap;html=1;" value="数值域增强&lt;br&gt;[-1,1]-&amp;gt;[0,1]" vertex="1">
          <mxGeometry height="30" width="70" x="-710" y="497" as="geometry" />
        </mxCell>
        <mxCell id="5m5IZYSdE89hOnIhnB_D-119" edge="1" parent="1" source="5m5IZYSdE89hOnIhnB_D-114" style="edgeStyle=orthogonalEdgeStyle;curved=1;rounded=0;orthogonalLoop=1;jettySize=auto;html=1;exitX=1;exitY=0.5;exitDx=0;exitDy=0;entryX=0;entryY=0.5;entryDx=0;entryDy=0;" target="5m5IZYSdE89hOnIhnB_D-115">
          <mxGeometry relative="1" as="geometry" />
        </mxCell>
        <mxCell id="5m5IZYSdE89hOnIhnB_D-114" parent="1" style="rounded=1;whiteSpace=wrap;html=1;" value="RandomCrop&lt;br&gt;(95%)" vertex="1">
          <mxGeometry height="30" width="70" x="-610" y="497" as="geometry" />
        </mxCell>
        <mxCell id="5m5IZYSdE89hOnIhnB_D-120" edge="1" parent="1" source="5m5IZYSdE89hOnIhnB_D-115" style="edgeStyle=orthogonalEdgeStyle;curved=1;rounded=0;orthogonalLoop=1;jettySize=auto;html=1;exitX=1;exitY=0.5;exitDx=0;exitDy=0;entryX=0;entryY=0.5;entryDx=0;entryDy=0;" target="5m5IZYSdE89hOnIhnB_D-116">
          <mxGeometry relative="1" as="geometry" />
        </mxCell>
        <mxCell id="5m5IZYSdE89hOnIhnB_D-115" parent="1" style="rounded=1;whiteSpace=wrap;html=1;" value="Resize" vertex="1">
          <mxGeometry height="30" width="40" x="-510" y="497" as="geometry" />
        </mxCell>
        <mxCell id="5m5IZYSdE89hOnIhnB_D-121" edge="1" parent="1" source="5m5IZYSdE89hOnIhnB_D-116" style="edgeStyle=orthogonalEdgeStyle;curved=1;rounded=0;orthogonalLoop=1;jettySize=auto;html=1;exitX=1;exitY=0.5;exitDx=0;exitDy=0;entryX=0;entryY=0.5;entryDx=0;entryDy=0;" target="5m5IZYSdE89hOnIhnB_D-117">
          <mxGeometry relative="1" as="geometry" />
        </mxCell>
        <mxCell id="5m5IZYSdE89hOnIhnB_D-116" parent="1" style="rounded=1;whiteSpace=wrap;html=1;" value="Rotate(+-5)" vertex="1">
          <mxGeometry height="30" width="70" x="-450" y="497" as="geometry" />
        </mxCell>
        <mxCell id="5m5IZYSdE89hOnIhnB_D-117" parent="1" style="rounded=1;whiteSpace=wrap;html=1;" value="ColorJitter" vertex="1">
          <mxGeometry height="30" width="70" x="-360" y="497" as="geometry" />
        </mxCell>
        <mxCell id="5m5IZYSdE89hOnIhnB_D-123" edge="1" parent="1" source="5m5IZYSdE89hOnIhnB_D-122" style="edgeStyle=orthogonalEdgeStyle;curved=1;rounded=0;orthogonalLoop=1;jettySize=auto;html=1;exitX=1;exitY=0.5;exitDx=0;exitDy=0;entryX=0;entryY=0.5;entryDx=0;entryDy=0;" target="5m5IZYSdE89hOnIhnB_D-113">
          <mxGeometry relative="1" as="geometry" />
        </mxCell>
        <mxCell id="5m5IZYSdE89hOnIhnB_D-122" parent="1" style="rounded=1;whiteSpace=wrap;html=1;" value="Base&amp;amp;Wrist Camera" vertex="1">
          <mxGeometry height="30" width="100" x="-860" y="497" as="geometry" />
        </mxCell>
        <mxCell id="5m5IZYSdE89hOnIhnB_D-124" parent="1" style="text;html=1;whiteSpace=wrap;strokeColor=none;fillColor=none;align=center;verticalAlign=middle;rounded=0;fontSize=6;" value="已经默认&lt;br&gt;尺寸匹配" vertex="1">
          <mxGeometry height="30" width="60" x="-770" y="487" as="geometry" />
        </mxCell>
        <mxCell id="5m5IZYSdE89hOnIhnB_D-125" parent="1" style="text;html=1;whiteSpace=wrap;strokeColor=none;fillColor=none;align=center;verticalAlign=middle;rounded=0;" value="Wrist和Base相机使用不同的RNG(随机因子)" vertex="1">
          <mxGeometry height="20" width="265" x="-855" y="462.5" as="geometry" />
        </mxCell>
        <mxCell id="5m5IZYSdE89hOnIhnB_D-130" parent="1" style="text;html=1;whiteSpace=wrap;strokeColor=none;fillColor=none;align=center;verticalAlign=middle;rounded=0;fontStyle=1;fontSize=16;" value="图像数据增强处理" vertex="1">
          <mxGeometry height="30" width="170" x="-889.5" y="197.5" as="geometry" />
        </mxCell>
        <mxCell id="5m5IZYSdE89hOnIhnB_D-137" edge="1" parent="1" source="5m5IZYSdE89hOnIhnB_D-135" style="edgeStyle=orthogonalEdgeStyle;curved=1;rounded=0;orthogonalLoop=1;jettySize=auto;html=1;" target="5m5IZYSdE89hOnIhnB_D-136" value="">
          <mxGeometry relative="1" as="geometry" />
        </mxCell>
        <mxCell id="5m5IZYSdE89hOnIhnB_D-135" parent="1" style="rounded=1;whiteSpace=wrap;html=1;" value="从REPLAY BUFF提取数据" vertex="1">
          <mxGeometry height="50" width="95" x="-830" y="43.75" as="geometry" />
        </mxCell>
        <mxCell id="5m5IZYSdE89hOnIhnB_D-139" edge="1" parent="1" source="5m5IZYSdE89hOnIhnB_D-136" style="edgeStyle=orthogonalEdgeStyle;curved=1;rounded=0;orthogonalLoop=1;jettySize=auto;html=1;" target="5m5IZYSdE89hOnIhnB_D-138" value="">
          <mxGeometry relative="1" as="geometry" />
        </mxCell>
        <mxCell id="5m5IZYSdE89hOnIhnB_D-136" parent="1" style="rounded=1;whiteSpace=wrap;html=1;" value="进行图像增强" vertex="1">
          <mxGeometry height="50" width="79" x="-689" y="43.75" as="geometry" />
        </mxCell>
        <mxCell id="5m5IZYSdE89hOnIhnB_D-141" edge="1" parent="1" source="5m5IZYSdE89hOnIhnB_D-138" style="edgeStyle=orthogonalEdgeStyle;curved=1;rounded=0;orthogonalLoop=1;jettySize=auto;html=1;" target="5m5IZYSdE89hOnIhnB_D-140" value="">
          <mxGeometry relative="1" as="geometry" />
        </mxCell>
        <mxCell id="5m5IZYSdE89hOnIhnB_D-138" parent="1" style="rounded=1;whiteSpace=wrap;html=1;fillColor=#ffe6cc;strokeColor=#d79b00;" value="更新CRITIC网络" vertex="1">
          <mxGeometry height="50" width="74.5" x="-574.5" y="43.75" as="geometry" />
        </mxCell>
        <mxCell id="5m5IZYSdE89hOnIhnB_D-143" edge="1" parent="1" source="5m5IZYSdE89hOnIhnB_D-140" style="edgeStyle=orthogonalEdgeStyle;curved=1;rounded=0;orthogonalLoop=1;jettySize=auto;html=1;" target="5m5IZYSdE89hOnIhnB_D-142" value="">
          <mxGeometry relative="1" as="geometry" />
        </mxCell>
        <mxCell id="5m5IZYSdE89hOnIhnB_D-140" parent="1" style="rounded=1;whiteSpace=wrap;html=1;fillColor=#f5f5f5;fontColor=#333333;strokeColor=#666666;" value="使用成功轨迹进行SFT微调" vertex="1">
          <mxGeometry height="50" width="74.5" x="-450" y="43.75" as="geometry" />
        </mxCell>
        <mxCell id="5m5IZYSdE89hOnIhnB_D-142" parent="1" style="rounded=1;whiteSpace=wrap;html=1;fillColor=#ffe6cc;strokeColor=#d79b00;" value="更新RISIDUAL网路" vertex="1">
          <mxGeometry height="50" width="74.5" x="-330" y="43.75" as="geometry" />
        </mxCell>
        <mxCell id="5m5IZYSdE89hOnIhnB_D-147" parent="1" style="text;html=1;whiteSpace=wrap;strokeColor=none;fillColor=none;align=center;verticalAlign=middle;rounded=0;fontStyle=1;fontSize=16;" value="主循环" vertex="1">
          <mxGeometry height="30" width="70" x="-839.5" y="8.75" as="geometry" />
        </mxCell>
      </root>
    </mxGraphModel>
  </diagram>
</mxfile>
